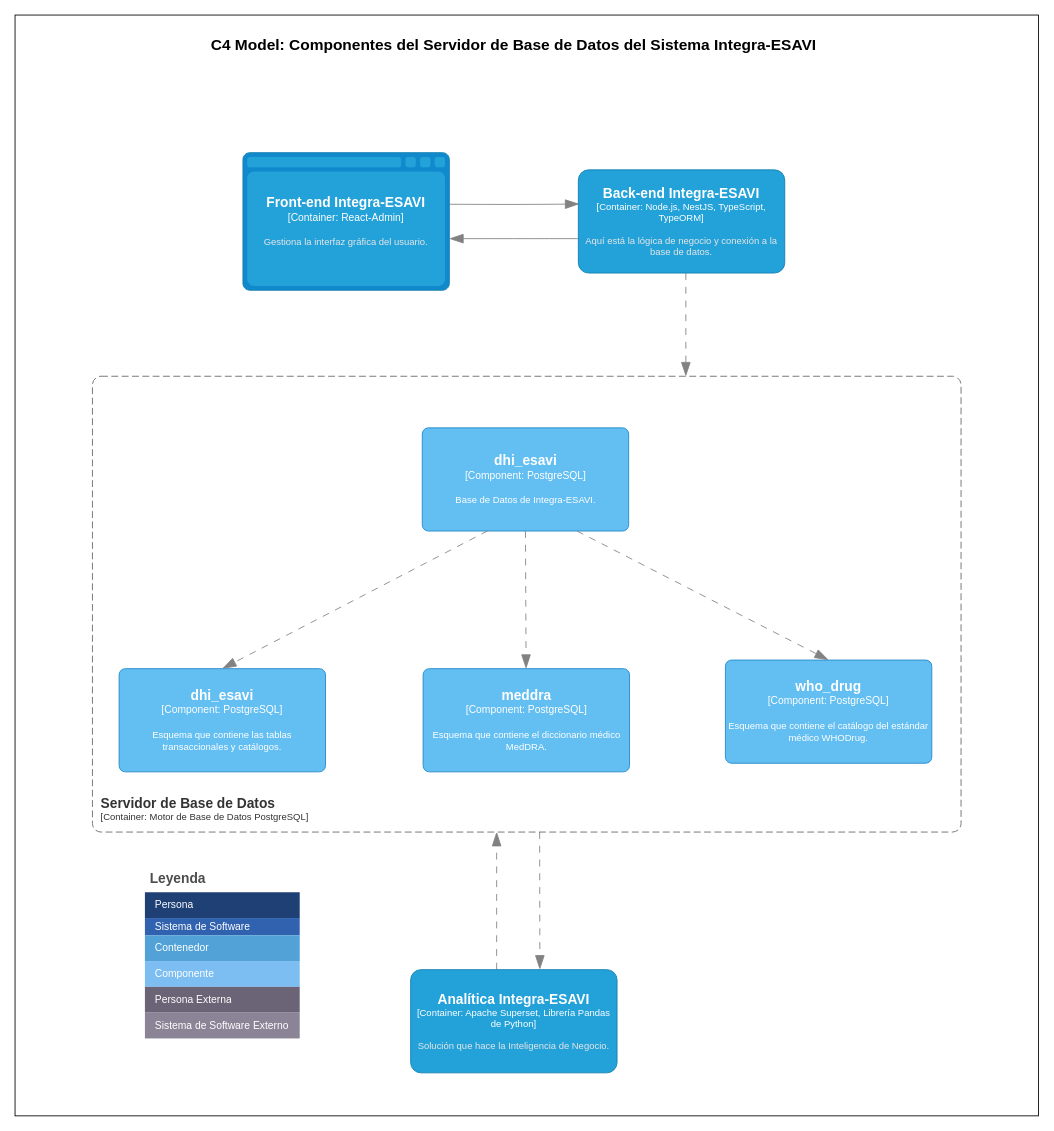
The draw.io diagram page "C4-Componentes-ie-BBDD" (5 of 5) of proyecto-02-integra-esavi/workspace/api-integra-esavi/docs/graficos/C4-MODEL-CCComponentes-IntegraESAVI.drawio in PanAmericanHealthOrganization/integra-ESAVI, before the edit. Source tidied: cells renumbered, new cells numbered last; positions are measured from the earlier drawing's top-left corner, leaving out a move shared by most shapes. Both pictures are drawn from the tidied source at 86%, with x=0, y=0 at pixel (15, 15).
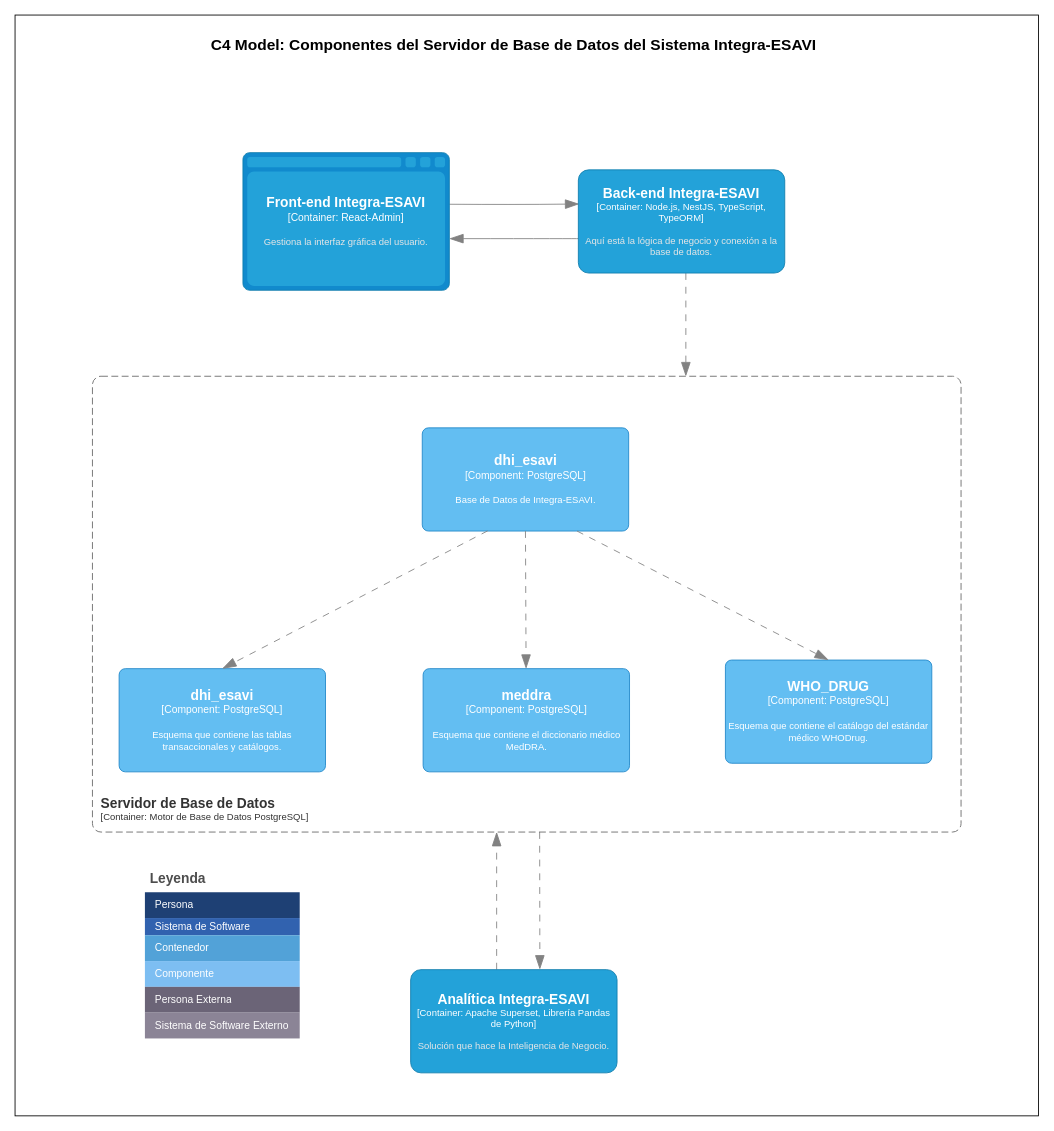
The same page after the edit.

What changed in the source:
```diff
@@
-    <object id="29" label="&lt;font style=&quot;font-size: 16px&quot;&gt;&lt;b&gt;%c4Name%&lt;/b&gt;&lt;/font&gt;&lt;div&gt;[%c4Type%: %c4Technology%]&lt;/div&gt;&lt;br&gt;&lt;div&gt;&lt;font style=&quot;font-size: 11px&quot;&gt;%c4Description%&lt;/font&gt;&lt;/div&gt;" c4Description="Esquema que contiene el catálogo del estándar médico WHODrug." c4Name="who_drug" c4Technology="PostgreSQL" c4Type="Component" placeholders="1">
+    <object id="29" label="&lt;font style=&quot;font-size: 16px&quot;&gt;&lt;b&gt;%c4Name%&lt;/b&gt;&lt;/font&gt;&lt;div&gt;[%c4Type%: %c4Technology%]&lt;/div&gt;&lt;br&gt;&lt;div&gt;&lt;font style=&quot;font-size: 11px&quot;&gt;%c4Description%&lt;/font&gt;&lt;/div&gt;" c4Description="Esquema que contiene el catálogo del estándar médico WHODrug." c4Name="WHO_DRUG" c4Technology="PostgreSQL" c4Type="Component" placeholders="1">
       <mxCell style="rounded=1;whiteSpace=wrap;html=1;labelBackgroundColor=none;fillColor=#63BEF2;fontColor=#ffffff;align=center;arcSize=6;strokeColor=#2086C9;points=[[0.25,0,0],[0.5,0,0],[0.75,0,0],[1,0.25,0],[1,0.5,0],[1,0.75,0],[0.75,1,0],[0.5,1,0],[0.25,1,0],[0,0.75,0],[0,0.5,0],[0,0.25,0]];" parent="1" vertex="1">
         <mxGeometry x="826" y="750" width="240" height="120" as="geometry" />
       </mxCell>
     </object>
```
